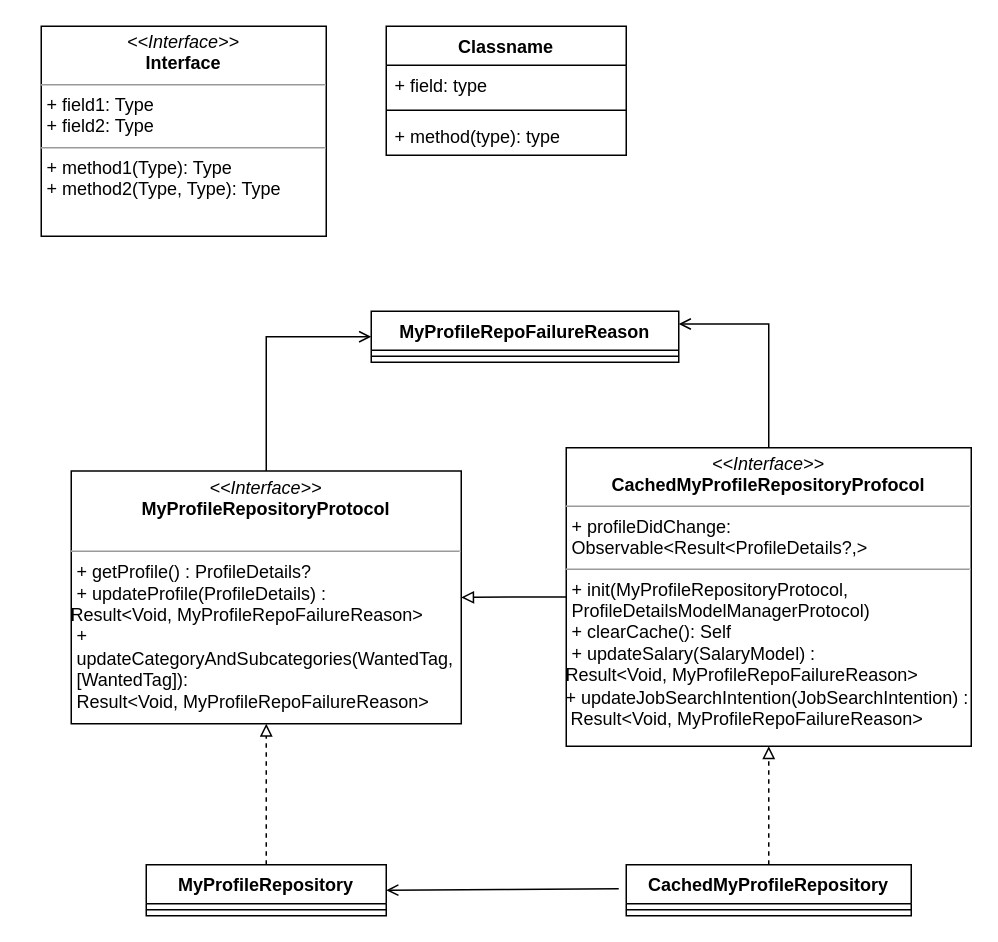
Earlier version of the draw.io diagram page "MyProfileRepository" (2 of 2) of Untitled Diagram.drawio (gookhee/diagrams). Source tidied: cells renumbered, new cells numbered last; positions are measured from the earlier drawing's top-left corner, leaving out a move shared by most shapes. Both pictures are drawn from the tidied source at 150%, with x=0, y=0 at pixel (40, 26).
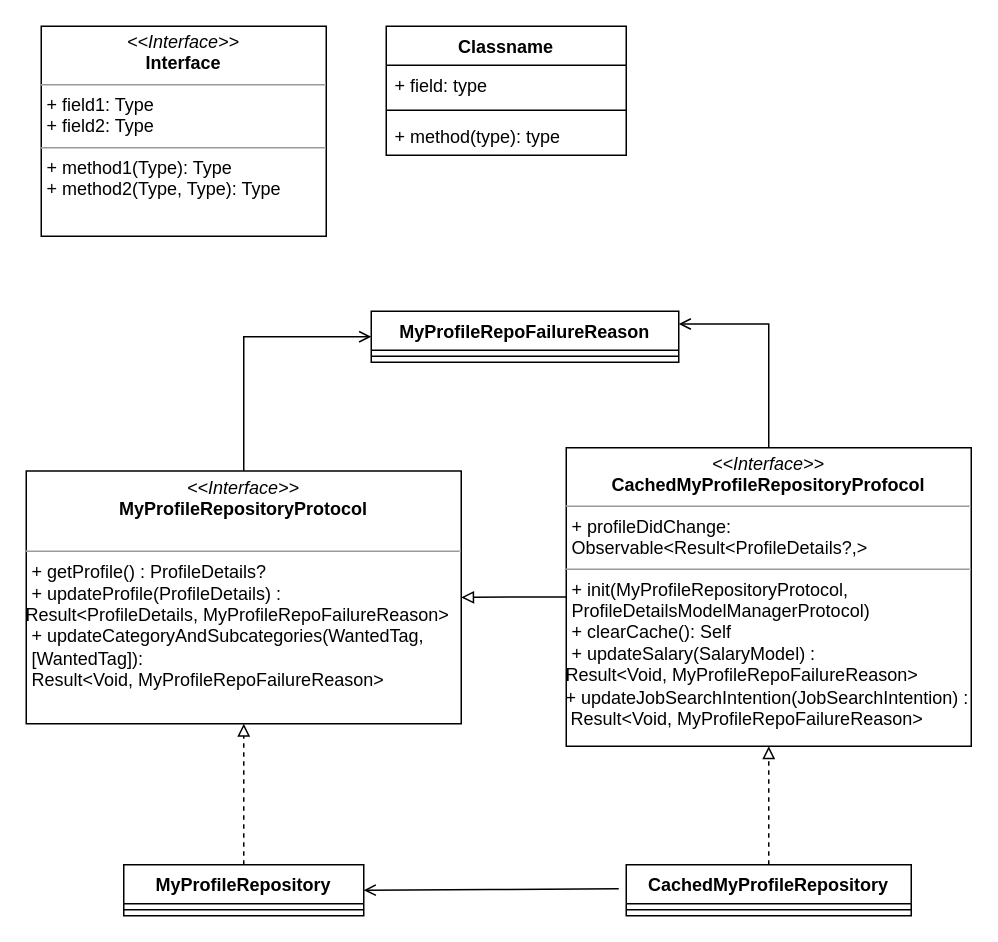
The same diagram, later.

Change to the diagram source:
```diff
@@
-    <mxCell id="8" value="&lt;p style=&quot;margin:0px;margin-top:4px;text-align:center;&quot;&gt;&lt;i&gt;&amp;lt;&amp;lt;Interface&amp;gt;&amp;gt;&lt;/i&gt;&lt;br&gt;&lt;b&gt;MyProfileRepositoryProtocol&lt;/b&gt;&lt;/p&gt;&lt;p style=&quot;margin:0px;margin-left:4px;&quot;&gt;&lt;br&gt;&lt;/p&gt;&lt;hr size=&quot;1&quot;&gt;&lt;p style=&quot;margin:0px;margin-left:4px;&quot;&gt;+ getProfile() : ProfileDetails?&lt;/p&gt;&lt;p style=&quot;margin:0px;margin-left:4px;&quot;&gt;+ updateProfile(ProfileDetails) :&lt;/p&gt;Result&amp;lt;Void, MyProfileRepoFailureReason&amp;gt;&lt;br&gt;&lt;p style=&quot;margin:0px;margin-left:4px;&quot;&gt;+ updateCategoryAndSubcategories(WantedTag, [WantedTag]):&amp;nbsp;&amp;nbsp;&lt;/p&gt;&lt;p style=&quot;margin:0px;margin-left:4px;&quot;&gt;Result&amp;lt;Void, MyProfileRepoFailureReason&amp;gt;&lt;/p&gt;" style="verticalAlign=top;align=left;overflow=fill;fontSize=12;fontFamily=Helvetica;html=1;whiteSpace=wrap;" parent="1" vertex="1">
-      <mxGeometry x="20" y="296.5" width="260" height="168.5" as="geometry" />
+    <mxCell id="8" value="&lt;p style=&quot;margin:0px;margin-top:4px;text-align:center;&quot;&gt;&lt;i&gt;&amp;lt;&amp;lt;Interface&amp;gt;&amp;gt;&lt;/i&gt;&lt;br&gt;&lt;b&gt;MyProfileRepositoryProtocol&lt;/b&gt;&lt;/p&gt;&lt;p style=&quot;margin:0px;margin-left:4px;&quot;&gt;&lt;br&gt;&lt;/p&gt;&lt;hr size=&quot;1&quot;&gt;&lt;p style=&quot;margin:0px;margin-left:4px;&quot;&gt;+ getProfile() : ProfileDetails?&lt;/p&gt;&lt;p style=&quot;margin:0px;margin-left:4px;&quot;&gt;+ updateProfile(ProfileDetails) :&lt;/p&gt;Result&amp;lt;ProfileDetails, MyProfileRepoFailureReason&amp;gt;&lt;br&gt;&lt;p style=&quot;margin:0px;margin-left:4px;&quot;&gt;+ updateCategoryAndSubcategories(WantedTag, [WantedTag]):&amp;nbsp;&amp;nbsp;&lt;/p&gt;&lt;p style=&quot;margin:0px;margin-left:4px;&quot;&gt;Result&amp;lt;Void, MyProfileRepoFailureReason&amp;gt;&lt;/p&gt;" style="verticalAlign=top;align=left;overflow=fill;fontSize=12;fontFamily=Helvetica;html=1;whiteSpace=wrap;" parent="1" vertex="1">
+      <mxGeometry x="-10" y="296.5" width="290" height="168.5" as="geometry" />
     </mxCell>
@@
     <mxCell id="13" value="MyProfileRepository" style="swimlane;fontStyle=1;align=center;verticalAlign=top;horizontal=1;startSize=26;whiteSpace=wrap;html=1;" parent="1" vertex="1">
-      <mxGeometry x="70" y="559" width="160" height="34" as="geometry" />
+      <mxGeometry x="55" y="559" width="160" height="34" as="geometry" />
     </mxCell>
```
